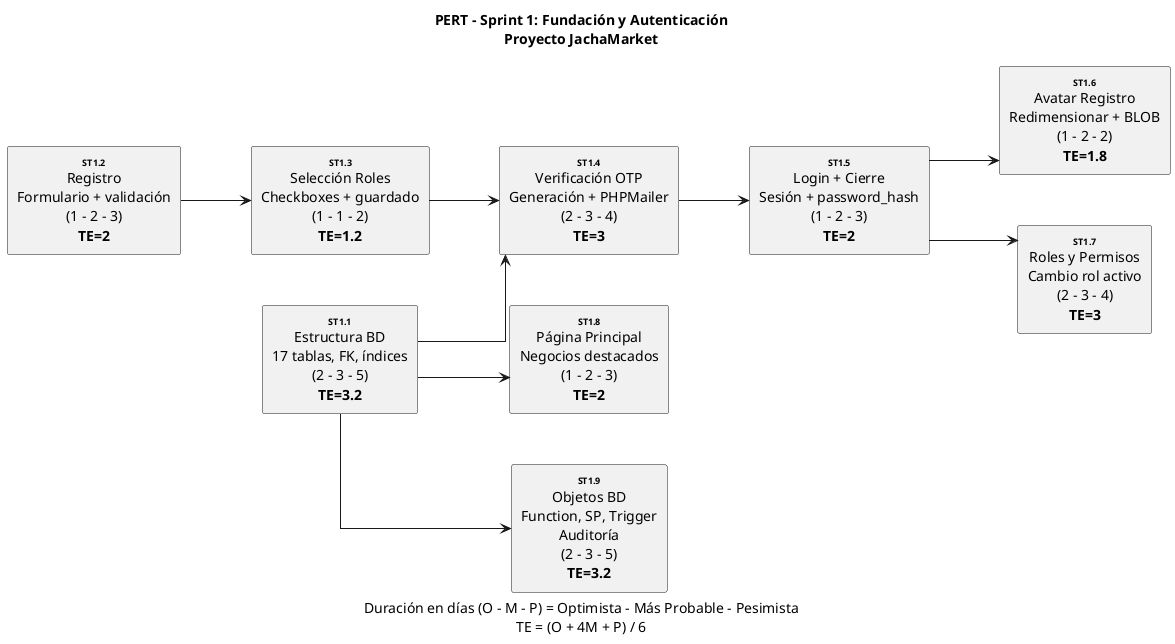
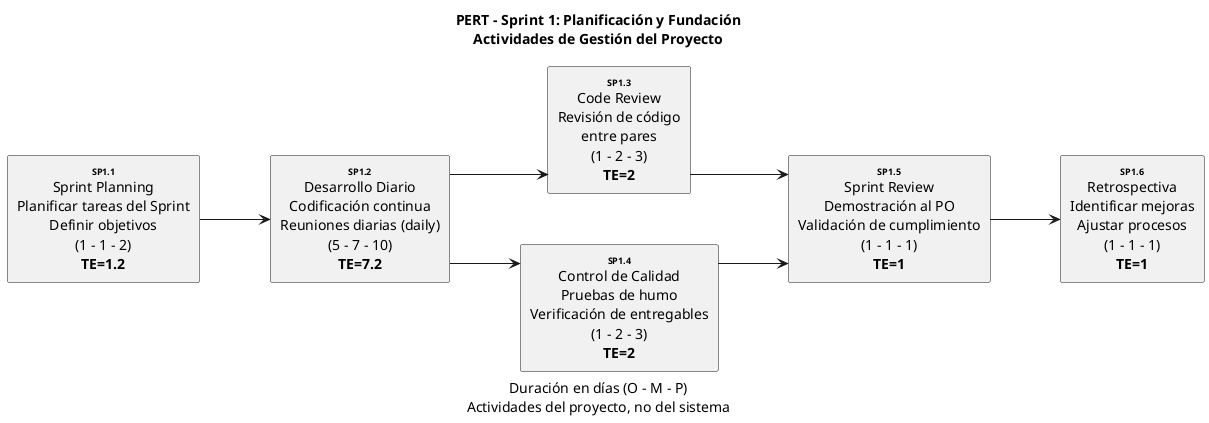
@startuml
- title PERT - Sprint 1: Fundación y Autenticación\nProyecto JachaMarket
- caption Duración en días (O - M - P) = Optimista - Más Probable - Pesimista\nTE = (O + 4M + P) / 6
+ title PERT - Sprint 1: Planificación y Fundación\nActividades de Gestión del Proyecto
+ caption Duración en días (O - M - P)\nActividades del proyecto, no del sistema

skinparam linetype ortho
skinparam defaultTextAlignment center
skinparam nodeSep 50
skinparam rankSep 70

left to right direction

- rectangle "<size:9><b>ST1.1</b></size>\nEstructura BD\n17 tablas, FK, índices\n(2 - 3 - 5)\n<b>TE=3.2</b>" as T01
- rectangle "<size:9><b>ST1.2</b></size>\nRegistro\nFormulario + validación\n(1 - 2 - 3)\n<b>TE=2</b>" as T02
- rectangle "<size:9><b>ST1.3</b></size>\nSelección Roles\nCheckboxes + guardado\n(1 - 1 - 2)\n<b>TE=1.2</b>" as T03
- rectangle "<size:9><b>ST1.4</b></size>\nVerificación OTP\nGeneración + PHPMailer\n(2 - 3 - 4)\n<b>TE=3</b>" as T04
- rectangle "<size:9><b>ST1.5</b></size>\nLogin + Cierre\nSesión + password_hash\n(1 - 2 - 3)\n<b>TE=2</b>" as T05
- rectangle "<size:9><b>ST1.6</b></size>\nAvatar Registro\nRedimensionar + BLOB\n(1 - 2 - 2)\n<b>TE=1.8</b>" as T06
- rectangle "<size:9><b>ST1.7</b></size>\nRoles y Permisos\nCambio rol activo\n(2 - 3 - 4)\n<b>TE=3</b>" as T07
- rectangle "<size:9><b>ST1.8</b></size>\nPágina Principal\nNegocios destacados\n(1 - 2 - 3)\n<b>TE=2</b>" as T08
- rectangle "<size:9><b>ST1.9</b></size>\nObjetos BD\nFunction, SP, Trigger\nAuditoría\n(2 - 3 - 5)\n<b>TE=3.2</b>" as T09
+ rectangle "<size:9><b>SP1.1</b></size>\nSprint Planning\nPlanificar tareas del Sprint\nDefinir objetivos\n(1 - 1 - 2)\n<b>TE=1.2</b>" as T01
+ rectangle "<size:9><b>SP1.2</b></size>\nDesarrollo Diario\nCodificación continua\nReuniones diarias (daily)\n(5 - 7 - 10)\n<b>TE=7.2</b>" as T02
+ rectangle "<size:9><b>SP1.3</b></size>\nCode Review\nRevisión de código\nentre pares\n(1 - 2 - 3)\n<b>TE=2</b>" as T03
+ rectangle "<size:9><b>SP1.4</b></size>\nControl de Calidad\nPruebas de humo\nVerificación de entregables\n(1 - 2 - 3)\n<b>TE=2</b>" as T04
+ rectangle "<size:9><b>SP1.5</b></size>\nSprint Review\nDemostración al PO\nValidación de cumplimiento\n(1 - 1 - 1)\n<b>TE=1</b>" as T05
+ rectangle "<size:9><b>SP1.6</b></size>\nRetrospectiva\nIdentificar mejoras\nAjustar procesos\n(1 - 1 - 1)\n<b>TE=1</b>" as T06

- T01 --> T04
- T01 --> T08
- T01 --> T09
- 
+ T01 --> T02
T02 --> T03
- T03 --> T04
+ T02 --> T04
+ T03 --> T05
T04 --> T05
T05 --> T06
- T05 --> T07

@enduml
